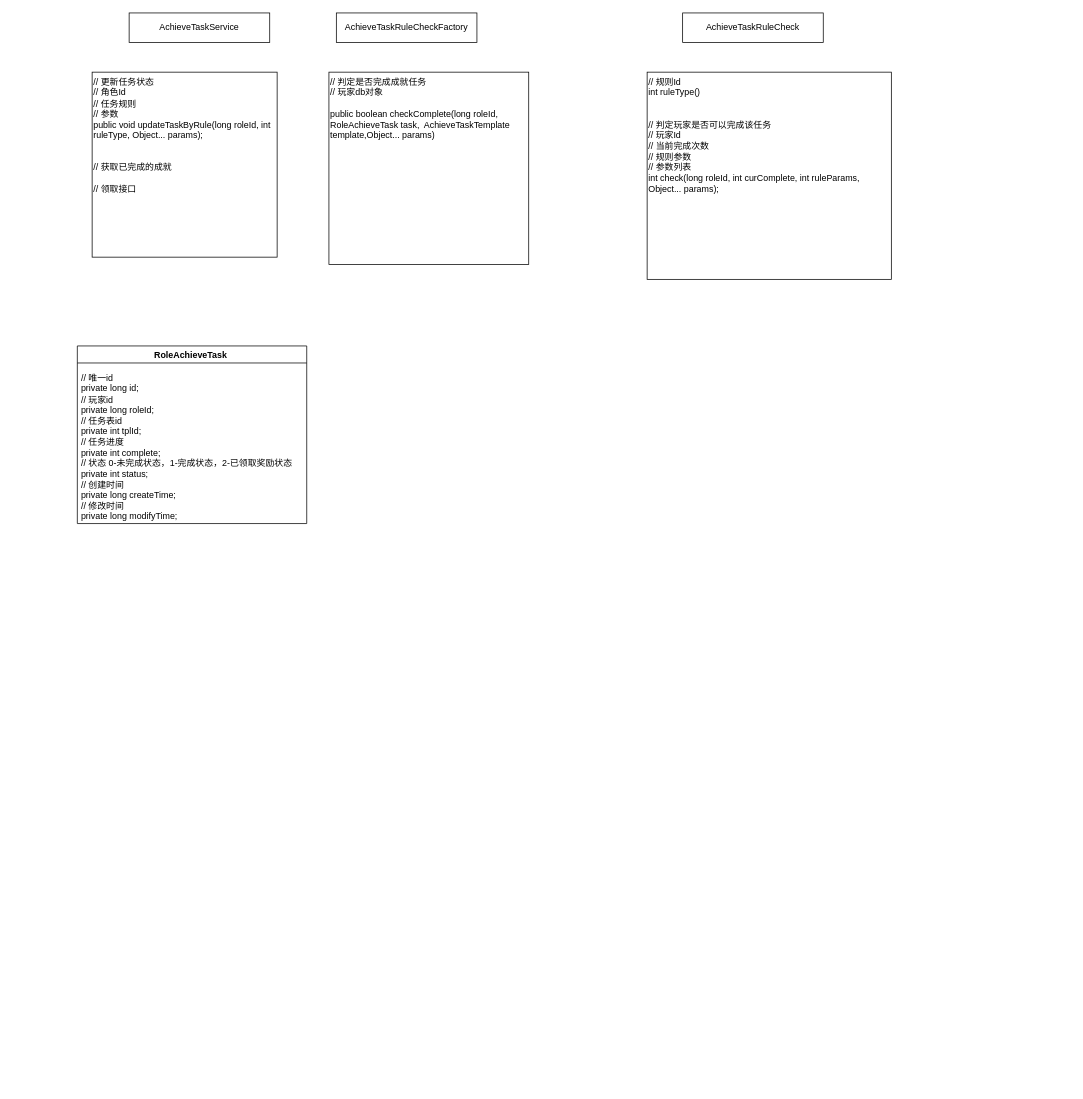
Above: SS2成就任务系统.drawio in Ordertiny/graph (draw.io), before the change. Source tidied: cells renumbered, new cells numbered last; positions are measured from the earlier drawing's top-left corner, leaving out a move shared by most shapes. Both pictures are drawn from the tidied source at 74%, with x=0, y=0 at pixel (70, 13).
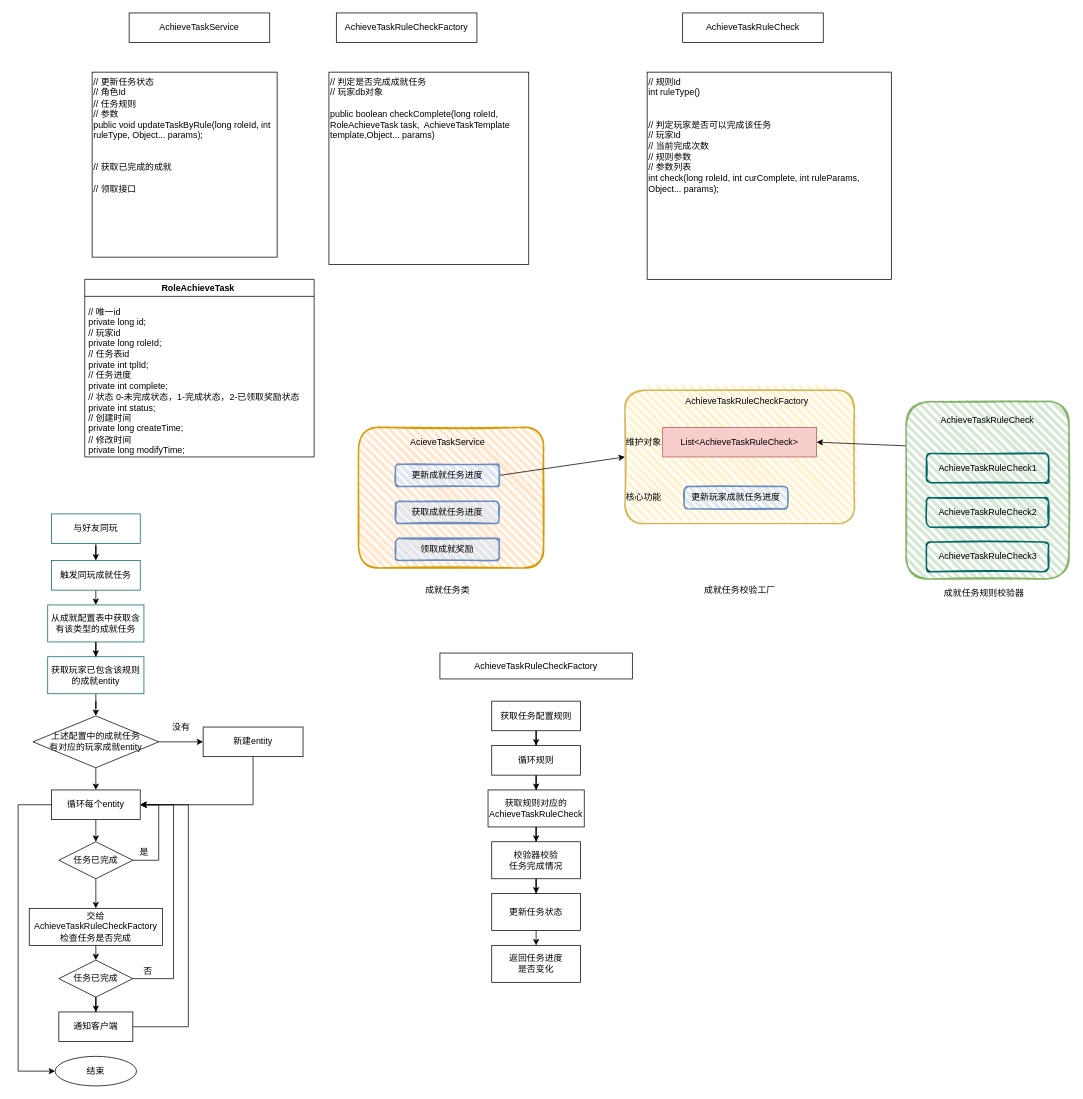
The same page after the edit.

Commit message:
更新SS2成就任务系统.drawio

What changed in the source:
```diff
@@
     <mxCell id="7" value="RoleAchieveTask " style="swimlane;" parent="1" vertex="1">
-      <mxGeometry x="10" y="450" width="310" height="240" as="geometry" />
+      <mxGeometry x="20" y="360" width="310" height="240" as="geometry" />
     </mxCell>
@@
+    <mxCell id="10" style="group;" parent="1" vertex="1">
+      <mxGeometry x="750" y="510" width="310" height="180" as="geometry" />
+    </mxCell>
+    <mxCell id="11" style="rounded=1;whiteSpace=wrap;html=1;strokeWidth=2;fillWeight=4;hachureGap=8;hachureAngle=45;fillColor=#fff2cc;sketch=1;strokeColor=#d6b656;" parent="10" vertex="1">
+      <mxGeometry width="310" height="180" as="geometry" />
+    </mxCell>
+    <mxCell id="12" value="AchieveTaskRuleCheckFactory" style="text;html=1;strokeColor=none;fillColor=none;align=center;verticalAlign=middle;whiteSpace=wrap;rounded=0;" parent="10" vertex="1">
+      <mxGeometry x="70" width="190" height="30" as="geometry" />
+    </mxCell>
+    <mxCell id="13" value="List&amp;lt;AchieveTaskRuleCheck&amp;gt;" style="rounded=0;whiteSpace=wrap;html=1;strokeColor=#b85450;fillColor=#f8cecc;" parent="10" vertex="1">
+      <mxGeometry x="51" y="50" width="208" height="40" as="geometry" />
+    </mxCell>
+    <mxCell id="14" value="更新玩家成就任务进度" style="rounded=1;whiteSpace=wrap;html=1;strokeWidth=2;fillWeight=4;hachureGap=8;hachureAngle=45;fillColor=#dae8fc;sketch=1;strokeColor=#6c8ebf;" parent="10" vertex="1">
+      <mxGeometry x="80" y="130" width="140" height="30" as="geometry" />
+    </mxCell>
+    <mxCell id="15" value="维护对象" style="text;html=1;align=center;verticalAlign=middle;strokeColor=none;fillColor=none;" parent="10" vertex="1">
+      <mxGeometry x="-10" y="55" width="70" height="30" as="geometry" />
+    </mxCell>
+    <mxCell id="16" value="核心功能" style="text;html=1;align=center;verticalAlign=middle;strokeColor=none;fillColor=none;" parent="10" vertex="1">
+      <mxGeometry x="-10" y="130" width="70" height="30" as="geometry" />
+    </mxCell>
+    <mxCell id="17" style="endArrow=classic;html=1;rounded=0;entryX=1;entryY=0.5;entryDx=0;entryDy=0;exitX=0;exitY=0.25;exitDx=0;exitDy=0;" parent="1" edge="1" source="19" target="13">
+      <mxGeometry relative="1" as="geometry" />
+    </mxCell>
+    <mxCell id="18" style="group;" parent="1" vertex="1">
+      <mxGeometry x="1130" y="525" width="220" height="240" as="geometry" />
+    </mxCell>
+    <mxCell id="19" style="rounded=1;whiteSpace=wrap;html=1;strokeWidth=2;fillWeight=4;hachureGap=8;hachureAngle=45;fillColor=#d5e8d4;sketch=1;strokeColor=#82b366;" parent="18" vertex="1">
+      <mxGeometry width="220" height="240" as="geometry" />
+    </mxCell>
+    <mxCell id="20" value="AchieveTaskRuleCheck" style="text;html=1;strokeColor=none;fillColor=none;align=center;verticalAlign=middle;whiteSpace=wrap;rounded=0;" parent="18" vertex="1">
+      <mxGeometry x="20" y="10" width="180" height="30" as="geometry" />
+    </mxCell>
+    <mxCell id="21" value="AchieveTaskRuleCheck1" style="rounded=1;whiteSpace=wrap;html=1;strokeWidth=2;fillWeight=4;hachureGap=8;hachureAngle=45;fillColor=none;sketch=1;strokeColor=#006666;" parent="18" vertex="1">
+      <mxGeometry x="27.5" y="70" width="165" height="40" as="geometry" />
+    </mxCell>
+    <mxCell id="22" value="AchieveTaskRuleCheck2" style="rounded=1;whiteSpace=wrap;html=1;strokeWidth=2;fillWeight=4;hachureGap=8;hachureAngle=45;fillColor=none;sketch=1;strokeColor=#006666;" parent="18" vertex="1">
+      <mxGeometry x="27.5" y="130" width="165" height="40" as="geometry" />
+    </mxCell>
+    <mxCell id="23" value="AchieveTaskRuleCheck3" style="rounded=1;whiteSpace=wrap;html=1;strokeWidth=2;fillWeight=4;hachureGap=8;hachureAngle=45;fillColor=none;sketch=1;strokeColor=#006666;" parent="18" vertex="1">
+      <mxGeometry x="27.5" y="190" width="165" height="40" as="geometry" />
+    </mxCell>
+    <mxCell id="24" style="rounded=1;whiteSpace=wrap;html=1;strokeWidth=2;fillWeight=4;hachureGap=8;hachureAngle=45;fillColor=#ffe6cc;sketch=1;strokeColor=#d79b00;" parent="1" vertex="1">
+      <mxGeometry x="390" y="560" width="250" height="190" as="geometry" />
+    </mxCell>
+    <mxCell id="25" value="&lt;span style=&quot;&quot;&gt;AcieveTaskService&lt;/span&gt;" style="text;html=1;align=center;verticalAlign=middle;strokeColor=none;fillColor=none;" parent="1" vertex="1">
+      <mxGeometry x="450" y="565" width="120" height="30" as="geometry" />
+    </mxCell>
+    <mxCell id="26" value="获取成就任务进度" style="rounded=1;whiteSpace=wrap;html=1;strokeWidth=2;fillWeight=4;hachureGap=8;hachureAngle=45;fillColor=#dae8fc;sketch=1;strokeColor=#6c8ebf;" parent="1" vertex="1">
+      <mxGeometry x="440" y="660" width="140" height="30" as="geometry" />
+    </mxCell>
+    <mxCell id="27" style="rounded=0;jettySize=auto;html=1;exitX=1;exitY=0.5;exitDx=0;exitDy=0;entryX=0;entryY=0.5;entryDx=0;entryDy=0;" parent="1" edge="1" source="28" target="11">
+      <mxGeometry relative="1" as="geometry" />
+    </mxCell>
+    <mxCell id="28" value="更新成就任务进度" style="rounded=1;whiteSpace=wrap;html=1;strokeWidth=2;fillWeight=4;hachureGap=8;hachureAngle=45;fillColor=#dae8fc;sketch=1;strokeColor=#6c8ebf;" parent="1" vertex="1">
+      <mxGeometry x="440" y="610" width="140" height="30" as="geometry" />
+    </mxCell>
+    <mxCell id="29" value="领取成就奖励" style="rounded=1;whiteSpace=wrap;html=1;strokeWidth=2;fillWeight=4;hachureGap=8;hachureAngle=45;fillColor=#dae8fc;sketch=1;strokeColor=#6c8ebf;" parent="1" vertex="1">
+      <mxGeometry x="440" y="710" width="140" height="30" as="geometry" />
+    </mxCell>
+    <mxCell id="30" style="edgeStyle=orthogonalEdgeStyle;rounded=0;jettySize=auto;html=1;exitX=0.5;exitY=1;exitDx=0;exitDy=0;" parent="1" edge="1" source="31" target="33">
+      <mxGeometry relative="1" as="geometry" />
+    </mxCell>
+    <mxCell id="31" value="与好友同玩" style="rounded=0;whiteSpace=wrap;html=1;strokeColor=#006666;fillColor=none;" parent="1" vertex="1">
+      <mxGeometry x="-25" y="677" width="120" height="40" as="geometry" />
+    </mxCell>
+    <mxCell id="32" style="edgeStyle=orthogonalEdgeStyle;rounded=0;jettySize=auto;html=1;exitX=0.5;exitY=1;exitDx=0;exitDy=0;entryX=0.5;entryY=0;entryDx=0;entryDy=0;" parent="1" edge="1" source="33" target="35">
+      <mxGeometry relative="1" as="geometry" />
+    </mxCell>
+    <mxCell id="33" value="触发同玩成就任务" style="rounded=0;whiteSpace=wrap;html=1;strokeColor=#006666;fillColor=none;" parent="1" vertex="1">
+      <mxGeometry x="-25" y="740" width="120" height="40" as="geometry" />
+    </mxCell>
+    <mxCell id="34" style="edgeStyle=orthogonalEdgeStyle;rounded=0;jettySize=auto;html=1;exitX=0.5;exitY=1;exitDx=0;exitDy=0;" parent="1" edge="1" source="35" target="37">
+      <mxGeometry relative="1" as="geometry" />
+    </mxCell>
+    <mxCell id="35" value="从成就配置表中获取含有该类型的成就任务" style="rounded=0;whiteSpace=wrap;html=1;strokeColor=#006666;fillColor=none;" parent="1" vertex="1">
+      <mxGeometry x="-30" y="800" width="130" height="50" as="geometry" />
+    </mxCell>
+    <mxCell id="36" style="edgeStyle=orthogonalEdgeStyle;rounded=0;jettySize=auto;html=1;exitX=0.5;exitY=1;exitDx=0;exitDy=0;" parent="1" edge="1" source="37" target="42">
+      <mxGeometry relative="1" as="geometry" />
+    </mxCell>
+    <mxCell id="37" value="获取玩家已包含该规则的成就entity" style="rounded=0;whiteSpace=wrap;html=1;strokeColor=#006666;fillColor=none;" parent="1" vertex="1">
+      <mxGeometry x="-30" y="870" width="130" height="50" as="geometry" />
+    </mxCell>
+    <mxCell id="38" style="edgeStyle=orthogonalEdgeStyle;rounded=0;jettySize=auto;html=1;exitX=0.5;exitY=1;exitDx=0;exitDy=0;entryX=1;entryY=0.5;entryDx=0;entryDy=0;" parent="1" edge="1" source="39" target="46">
+      <mxGeometry relative="1" as="geometry" />
+    </mxCell>
+    <mxCell id="39" value="新建entity" style="rounded=0;whiteSpace=wrap;html=1;" parent="1" vertex="1">
+      <mxGeometry x="180" y="965" width="135" height="40" as="geometry" />
+    </mxCell>
+    <mxCell id="40" style="edgeStyle=none;rounded=0;jettySize=auto;html=1;exitX=1;exitY=0.5;exitDx=0;exitDy=0;entryX=0;entryY=0.5;entryDx=0;entryDy=0;" parent="1" edge="1" source="42" target="39">
+      <mxGeometry relative="1" as="geometry" />
+    </mxCell>
+    <mxCell id="41" style="edgeStyle=none;rounded=0;jettySize=auto;html=1;exitX=0.5;exitY=1;exitDx=0;exitDy=0;entryX=0.5;entryY=0;entryDx=0;entryDy=0;" parent="1" edge="1" source="42" target="46">
+      <mxGeometry relative="1" as="geometry" />
+    </mxCell>
+    <mxCell id="42" value="上述配置中的成就任务&lt;br&gt;有对应的玩家成就entity" style="rhombus;whiteSpace=wrap;html=1;" parent="1" vertex="1">
+      <mxGeometry x="-50" y="950" width="170" height="70" as="geometry" />
+    </mxCell>
+    <mxCell id="43" value="没有" style="text;html=1;align=center;verticalAlign=middle;strokeColor=none;fillColor=none;" parent="1" vertex="1">
+      <mxGeometry x="125" y="950" width="50" height="30" as="geometry" />
+    </mxCell>
+    <mxCell id="44" style="edgeStyle=orthogonalEdgeStyle;rounded=0;jettySize=auto;html=1;exitX=0.5;exitY=1;exitDx=0;exitDy=0;entryX=0.5;entryY=0;entryDx=0;entryDy=0;" parent="1" edge="1" source="46" target="49">
+      <mxGeometry relative="1" as="geometry" />
+    </mxCell>
+    <mxCell id="45" style="edgeStyle=orthogonalEdgeStyle;rounded=0;jettySize=auto;html=1;exitX=0;exitY=0.5;exitDx=0;exitDy=0;entryX=0;entryY=0.5;entryDx=0;entryDy=0;" parent="1" edge="1" source="46" target="59">
+      <mxGeometry relative="1" as="geometry">
+        <Array as="points">
+          <mxPoint x="-70" y="1070" />
+          <mxPoint x="-70" y="1430" />
+        </Array>
+      </mxGeometry>
+    </mxCell>
+    <mxCell id="46" value="循环每个entity" style="rounded=0;whiteSpace=wrap;html=1;" parent="1" vertex="1">
+      <mxGeometry x="-25" y="1050" width="120" height="40" as="geometry" />
+    </mxCell>
+    <mxCell id="47" style="edgeStyle=orthogonalEdgeStyle;rounded=0;jettySize=auto;html=1;exitX=1;exitY=0.5;exitDx=0;exitDy=0;entryX=1;entryY=0.5;entryDx=0;entryDy=0;" parent="1" edge="1" source="49" target="46">
+      <mxGeometry relative="1" as="geometry">
+        <Array as="points">
+          <mxPoint x="120" y="1145" />
+          <mxPoint x="120" y="1070" />
+        </Array>
+      </mxGeometry>
+    </mxCell>
+    <mxCell id="48" style="edgeStyle=orthogonalEdgeStyle;rounded=0;jettySize=auto;html=1;exitX=0.5;exitY=1;exitDx=0;exitDy=0;" parent="1" edge="1" source="49">
+      <mxGeometry relative="1" as="geometry">
+        <mxPoint x="35" y="1210" as="targetPoint" />
+      </mxGeometry>
+    </mxCell>
+    <mxCell id="49" value="任务已完成" style="rhombus;whiteSpace=wrap;html=1;" parent="1" vertex="1">
+      <mxGeometry x="-15" y="1120" width="100" height="50" as="geometry" />
+    </mxCell>
+    <mxCell id="50" value="是" style="text;html=1;align=center;verticalAlign=middle;strokeColor=none;fillColor=none;" parent="1" vertex="1">
+      <mxGeometry x="80" y="1120" width="40" height="30" as="geometry" />
+    </mxCell>
+    <mxCell id="51" style="edgeStyle=orthogonalEdgeStyle;rounded=0;jettySize=auto;html=1;exitX=0.5;exitY=1;exitDx=0;exitDy=0;entryX=0.5;entryY=0;entryDx=0;entryDy=0;" parent="1" edge="1" source="52" target="55">
+      <mxGeometry relative="1" as="geometry" />
+    </mxCell>
+    <mxCell id="52" value="交给AchieveTaskRuleCheckFactory&lt;br&gt;检查任务是否完成" style="rounded=0;whiteSpace=wrap;html=1;" parent="1" vertex="1">
+      <mxGeometry x="-55" y="1210" width="180" height="50" as="geometry" />
+    </mxCell>
+    <mxCell id="53" style="edgeStyle=orthogonalEdgeStyle;rounded=0;jettySize=auto;html=1;exitX=0.5;exitY=1;exitDx=0;exitDy=0;" parent="1" edge="1" source="55" target="57">
+      <mxGeometry relative="1" as="geometry" />
+    </mxCell>
+    <mxCell id="54" style="edgeStyle=orthogonalEdgeStyle;rounded=0;jettySize=auto;html=1;exitX=1;exitY=0.5;exitDx=0;exitDy=0;entryX=1;entryY=0.5;entryDx=0;entryDy=0;" parent="1" edge="1" source="55" target="46">
+      <mxGeometry relative="1" as="geometry">
+        <Array as="points">
+          <mxPoint x="140" y="1305" />
+          <mxPoint x="140" y="1070" />
+        </Array>
+      </mxGeometry>
+    </mxCell>
+    <mxCell id="55" value="任务已完成" style="rhombus;whiteSpace=wrap;html=1;" parent="1" vertex="1">
+      <mxGeometry x="-15" y="1280" width="100" height="50" as="geometry" />
+    </mxCell>
+    <mxCell id="56" style="edgeStyle=orthogonalEdgeStyle;rounded=0;jettySize=auto;html=1;exitX=1;exitY=0.5;exitDx=0;exitDy=0;entryX=1;entryY=0.5;entryDx=0;entryDy=0;" parent="1" edge="1" source="57" target="46">
+      <mxGeometry relative="1" as="geometry">
+        <Array as="points">
+          <mxPoint x="160" y="1370" />
+          <mxPoint x="160" y="1070" />
+        </Array>
+      </mxGeometry>
+    </mxCell>
+    <mxCell id="57" value="通知客户端" style="rounded=0;whiteSpace=wrap;html=1;" parent="1" vertex="1">
+      <mxGeometry x="-15" y="1350" width="100" height="40" as="geometry" />
+    </mxCell>
+    <mxCell id="58" value="否" style="text;html=1;align=center;verticalAlign=middle;strokeColor=none;fillColor=none;" parent="1" vertex="1">
+      <mxGeometry x="85" y="1280" width="40" height="30" as="geometry" />
+    </mxCell>
+    <mxCell id="59" value="结束" style="ellipse;whiteSpace=wrap;html=1;" parent="1" vertex="1">
+      <mxGeometry x="-20" y="1410" width="110" height="40" as="geometry" />
+    </mxCell>
+    <mxCell id="60" value="AchieveTaskRuleCheckFactory" style="rounded=0;whiteSpace=wrap;html=1;" parent="1" vertex="1">
+      <mxGeometry x="500" y="865" width="260" height="35" as="geometry" />
+    </mxCell>
+    <mxCell id="61" style="edgeStyle=orthogonalEdgeStyle;rounded=0;jettySize=auto;html=1;exitX=0.5;exitY=1;exitDx=0;exitDy=0;" parent="1" edge="1" source="62" target="64">
+      <mxGeometry relative="1" as="geometry" />
+    </mxCell>
+    <mxCell id="62" value="获取任务配置规则" style="rounded=0;whiteSpace=wrap;html=1;" parent="1" vertex="1">
+      <mxGeometry x="570" y="930" width="120" height="40" as="geometry" />
+    </mxCell>
+    <mxCell id="63" style="edgeStyle=orthogonalEdgeStyle;rounded=0;jettySize=auto;html=1;exitX=0.5;exitY=1;exitDx=0;exitDy=0;" parent="1" edge="1" source="64" target="66">
+      <mxGeometry relative="1" as="geometry" />
+    </mxCell>
+    <mxCell id="64" value="循环规则" style="rounded=0;whiteSpace=wrap;html=1;" parent="1" vertex="1">
+      <mxGeometry x="570" y="990" width="120" height="40" as="geometry" />
+    </mxCell>
+    <mxCell id="65" style="edgeStyle=orthogonalEdgeStyle;rounded=0;jettySize=auto;html=1;exitX=0.5;exitY=1;exitDx=0;exitDy=0;" parent="1" edge="1" source="66" target="68">
+      <mxGeometry relative="1" as="geometry" />
+    </mxCell>
+    <mxCell id="66" value="获取规则对应的&lt;br&gt;AchieveTaskRuleCheck" style="rounded=0;whiteSpace=wrap;html=1;" parent="1" vertex="1">
+      <mxGeometry x="565" y="1050" width="130" height="50" as="geometry" />
+    </mxCell>
+    <mxCell id="67" style="edgeStyle=orthogonalEdgeStyle;rounded=0;jettySize=auto;html=1;exitX=0.5;exitY=1;exitDx=0;exitDy=0;" parent="1" edge="1" source="68" target="73">
+      <mxGeometry relative="1" as="geometry" />
+    </mxCell>
+    <mxCell id="68" value="校验器校验&lt;br&gt;任务完成情况" style="rounded=0;whiteSpace=wrap;html=1;" parent="1" vertex="1">
+      <mxGeometry x="570" y="1120" width="120" height="50" as="geometry" />
+    </mxCell>
+    <mxCell id="69" value="成就任务类" style="text;html=1;align=center;verticalAlign=middle;strokeColor=none;fillColor=none;" parent="1" vertex="1">
+      <mxGeometry x="470" y="765" width="80" height="30" as="geometry" />
+    </mxCell>
+    <mxCell id="70" value="成就任务校验工厂" style="text;html=1;align=center;verticalAlign=middle;strokeColor=none;fillColor=none;" parent="1" vertex="1">
+      <mxGeometry x="845" y="765" width="120" height="30" as="geometry" />
+    </mxCell>
+    <mxCell id="71" value="成就任务规则校验器" style="text;html=1;align=center;verticalAlign=middle;strokeColor=none;fillColor=none;" parent="1" vertex="1">
+      <mxGeometry x="1170" y="770" width="130" height="30" as="geometry" />
+    </mxCell>
+    <mxCell id="72" style="edgeStyle=orthogonalEdgeStyle;rounded=0;jettySize=auto;html=1;exitX=0.5;exitY=1;exitDx=0;exitDy=0;entryX=0.5;entryY=0;entryDx=0;entryDy=0;" parent="1" edge="1" source="73" target="74">
+      <mxGeometry relative="1" as="geometry" />
+    </mxCell>
+    <mxCell id="73" value="更新任务状态" style="rounded=0;whiteSpace=wrap;html=1;" parent="1" vertex="1">
+      <mxGeometry x="570" y="1190" width="120" height="50" as="geometry" />
+    </mxCell>
+    <mxCell id="74" value="返回任务进度&lt;br&gt;是否变化" style="rounded=0;whiteSpace=wrap;html=1;" parent="1" vertex="1">
+      <mxGeometry x="570" y="1260" width="120" height="50" as="geometry" />
+    </mxCell>
```
